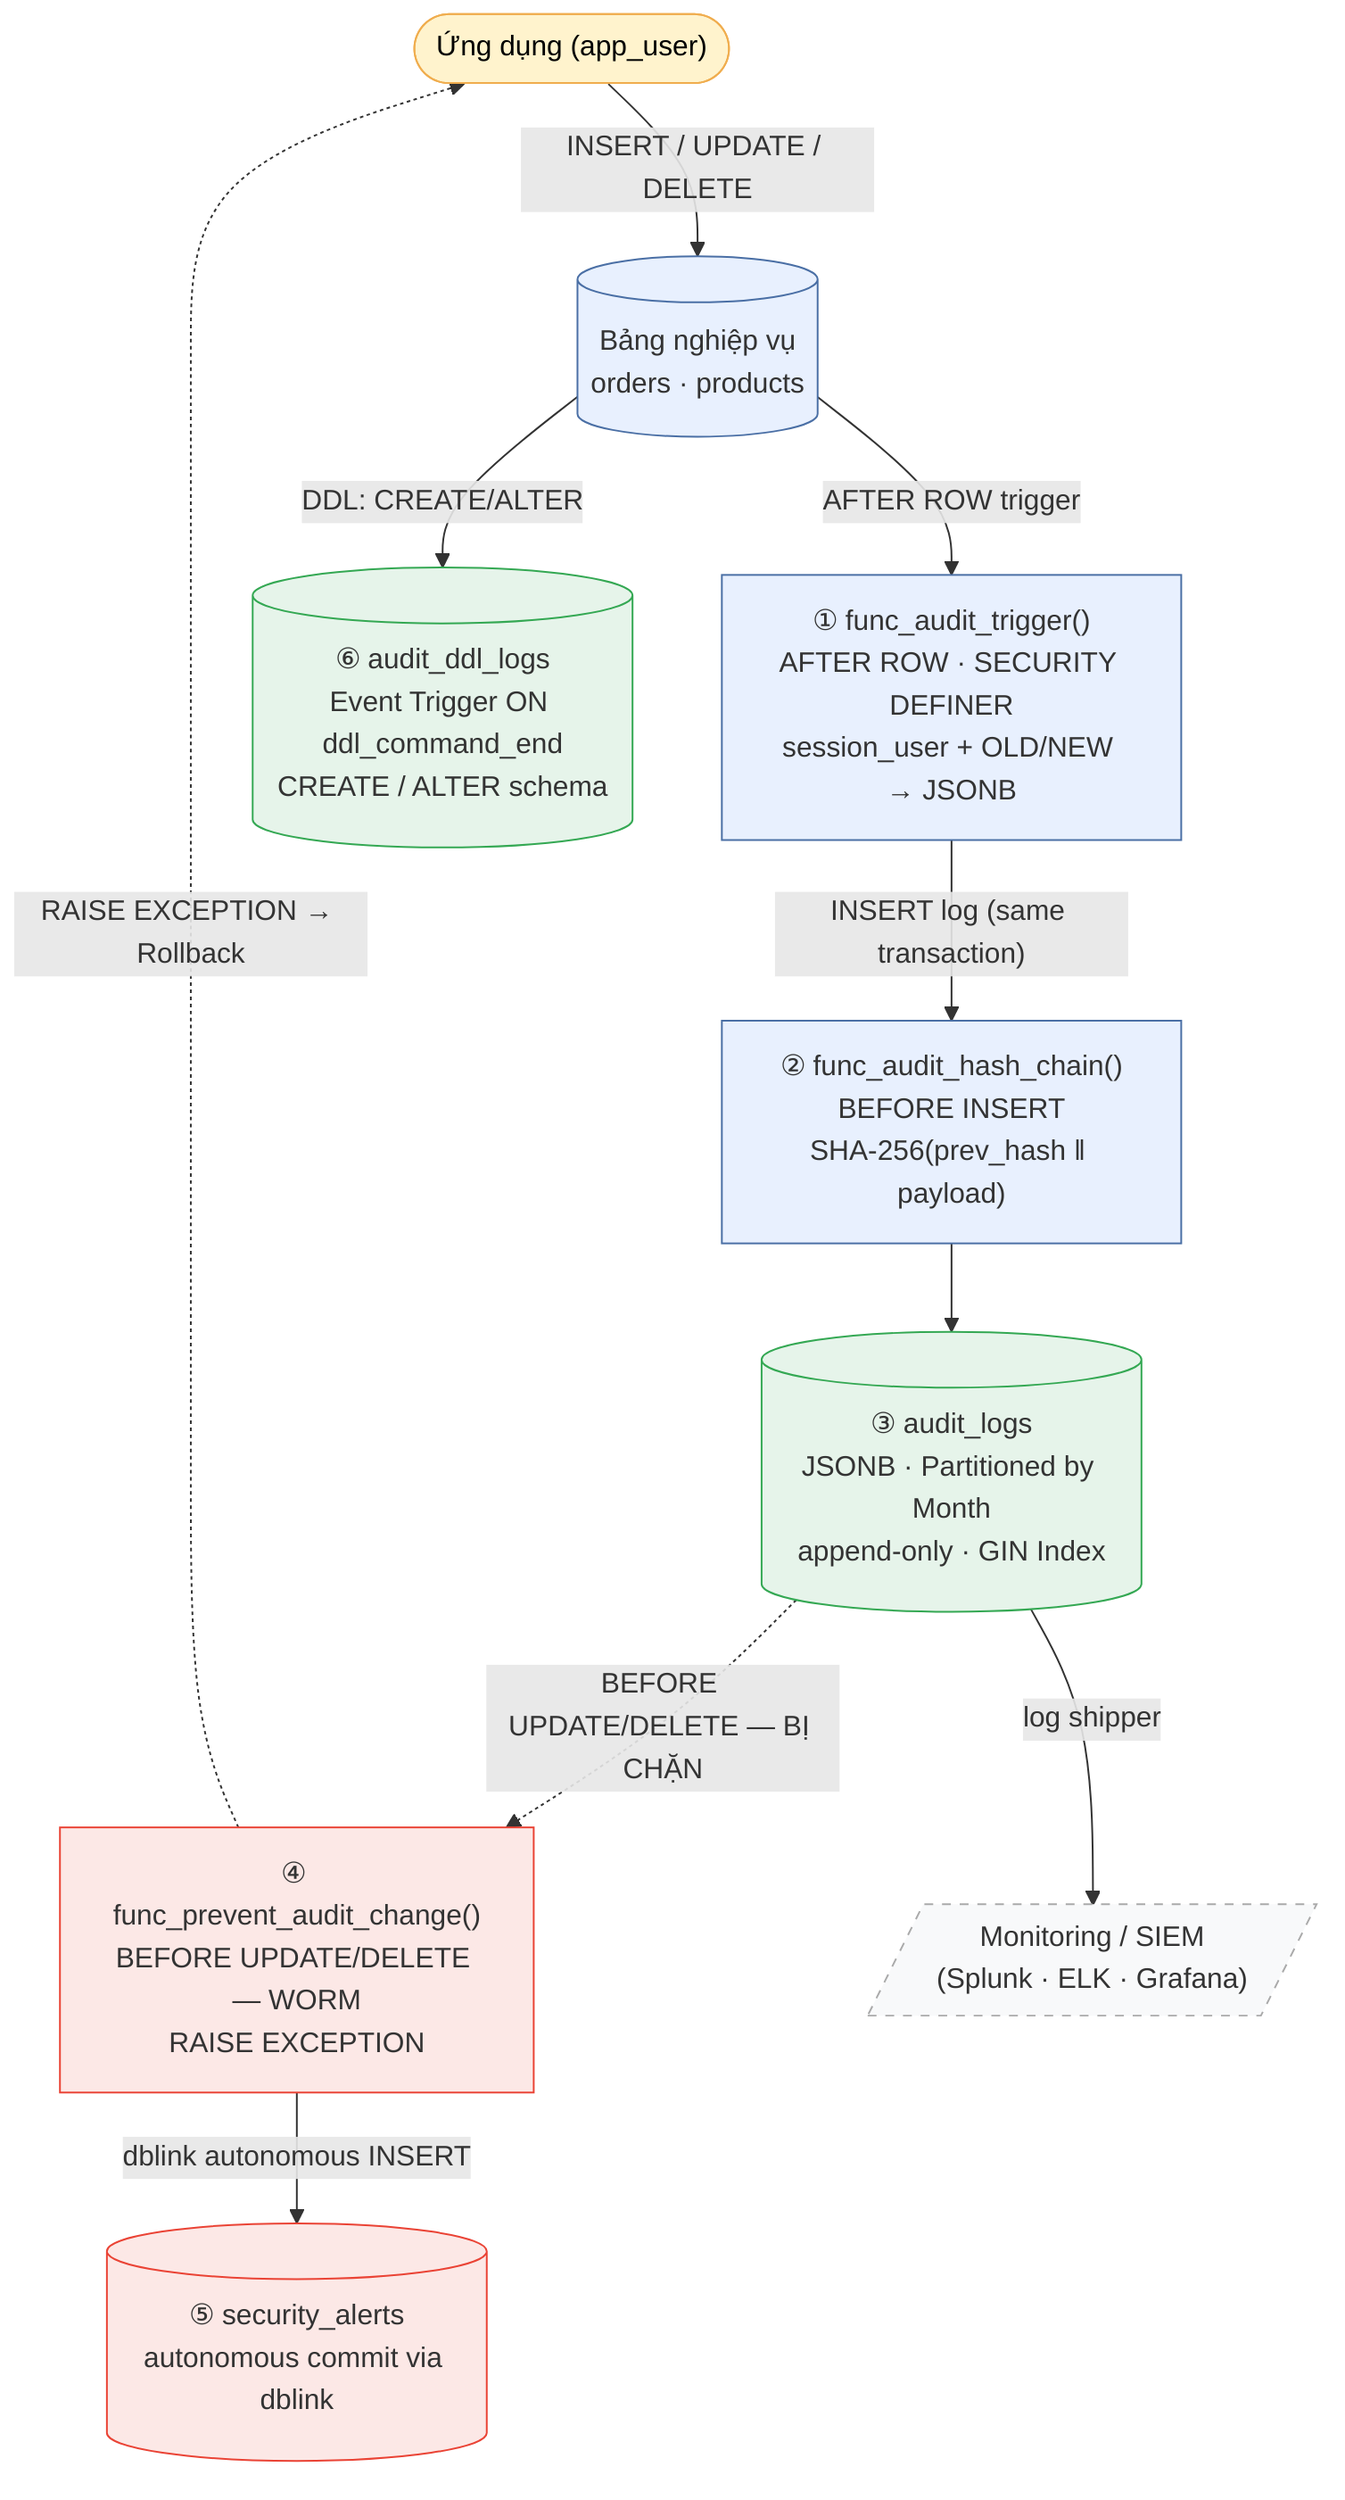
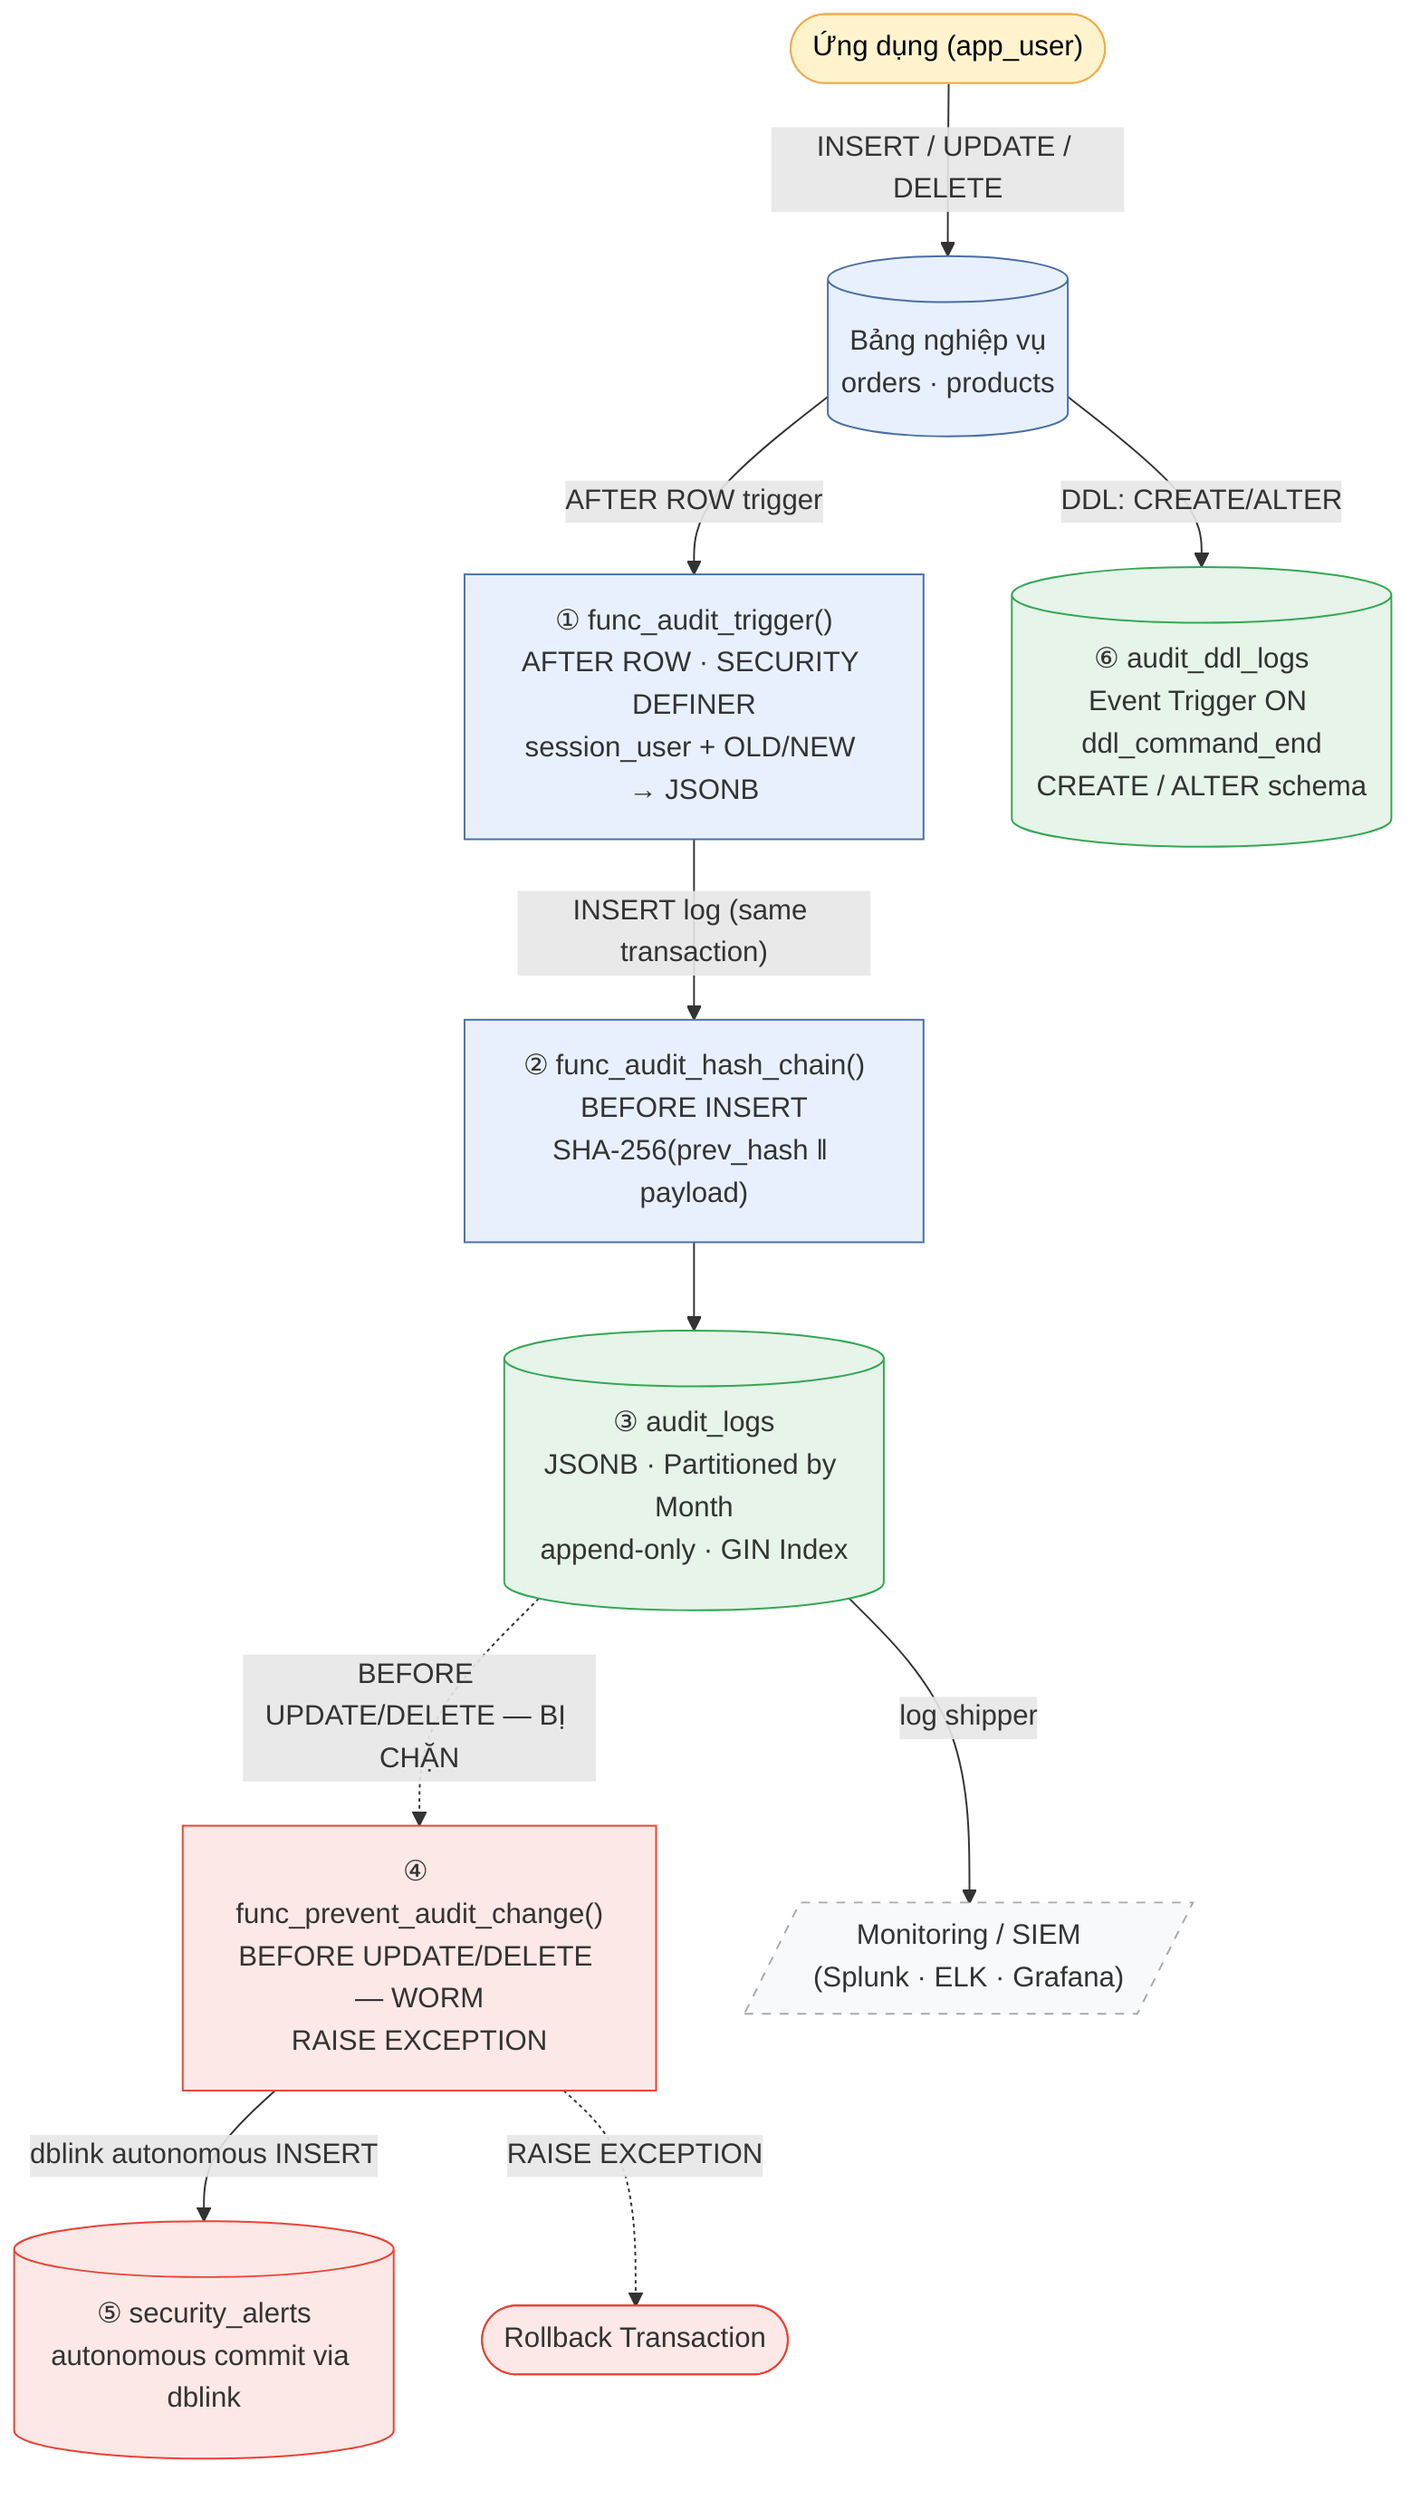
flowchart TD
    App(["Ứng dụng (app_user)"])

    BT[("Bảng nghiệp vụ\norders · products")]

    AT["① func_audit_trigger()\nAFTER ROW · SECURITY DEFINER\nsession_user + OLD/NEW → JSONB"]

    HC["② func_audit_hash_chain()\nBEFORE INSERT\nSHA-256(prev_hash ‖ payload)"]

    AL[("③ audit_logs\nJSONB · Partitioned by Month\nappend-only · GIN Index")]

    WT["④ func_prevent_audit_change()\nBEFORE UPDATE/DELETE — WORM\nRAISE EXCEPTION"]

    SA[("⑤ security_alerts\nautonomous commit via dblink")]

    DDL_LOG[("⑥ audit_ddl_logs\nEvent Trigger ON ddl_command_end\nCREATE / ALTER schema")]

    SIEM[/"Monitoring / SIEM\n(Splunk · ELK · Grafana)"/]

    App -->|"INSERT / UPDATE / DELETE"| BT
    BT -->|"AFTER ROW trigger"| AT
    AT -->|"INSERT log (same transaction)"| HC
    HC --> AL
    AL -.->|"BEFORE UPDATE/DELETE — BỊ CHẶN"| WT
    WT -->|"dblink autonomous INSERT"| SA
-     WT -.->|"RAISE EXCEPTION → Rollback"| App
+     RB(["Rollback Transaction"])
+     WT -.->|"RAISE EXCEPTION"| RB
    BT -->|"DDL: CREATE/ALTER"| DDL_LOG
    AL -->|"log shipper"| SIEM

    style App fill:#fff3cd,stroke:#f0ad4e,color:#000
    style BT fill:#e8f0fe,stroke:#4a6fa5
    style AT fill:#e8f0fe,stroke:#4a6fa5
    style HC fill:#e8f0fe,stroke:#4a6fa5
    style AL fill:#e6f4ea,stroke:#34a853
    style WT fill:#fce8e6,stroke:#ea4335
    style SA fill:#fce8e6,stroke:#ea4335
+     style RB fill:#fce8e6,stroke:#ea4335
    style DDL_LOG fill:#e6f4ea,stroke:#34a853
    style SIEM fill:#f8f9fa,stroke:#aaa,stroke-dasharray:5 5
